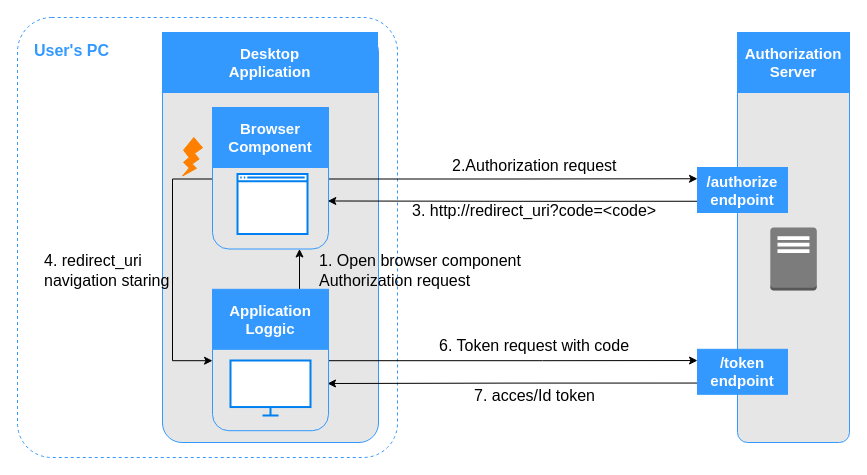
Above: assets/img/article6/native-browser-flow.drawio in melmanm/melmanm.github.io (draw.io), before the change. Source tidied: cells renumbered, new cells numbered last; positions are measured from the earlier drawing's top-left corner, leaving out a move shared by most shapes. Both pictures are drawn from the tidied source at 100%, with x=0, y=0 at pixel (17, 17).
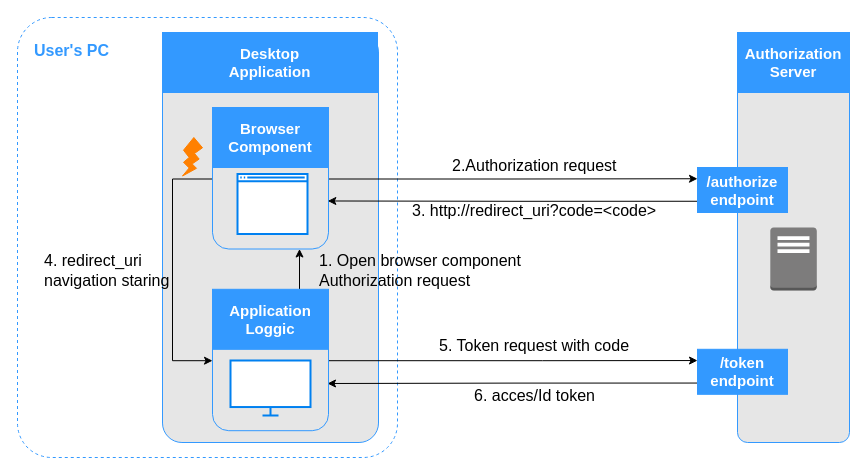
The same page after the edit.

Change to the diagram source:
```diff
@@
-    <mxCell id="20" value="6. Token request with code" style="text;html=1;align=left;verticalAlign=middle;strokeColor=none;fillColor=none;fontSize=16;" parent="1" vertex="1">
+    <mxCell id="20" value="5. Token request with code" style="text;html=1;align=left;verticalAlign=middle;strokeColor=none;fillColor=none;fontSize=16;" parent="1" vertex="1">
       <mxGeometry x="420" y="310" width="210" height="35" as="geometry" />
     </mxCell>
-    <mxCell id="21" value="7. acces/Id token" style="text;html=1;align=left;verticalAlign=middle;strokeColor=none;fillColor=none;fontSize=16;" parent="1" vertex="1">
+    <mxCell id="21" value="6. acces/Id token" style="text;html=1;align=left;verticalAlign=middle;strokeColor=none;fillColor=none;fontSize=16;" parent="1" vertex="1">
       <mxGeometry x="455" y="360" width="140" height="35" as="geometry" />
     </mxCell>
```
